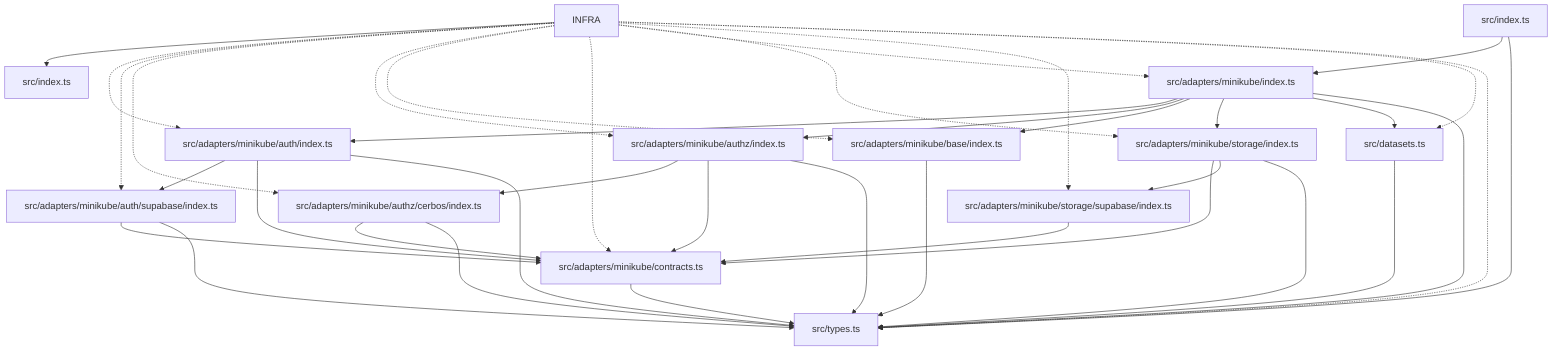
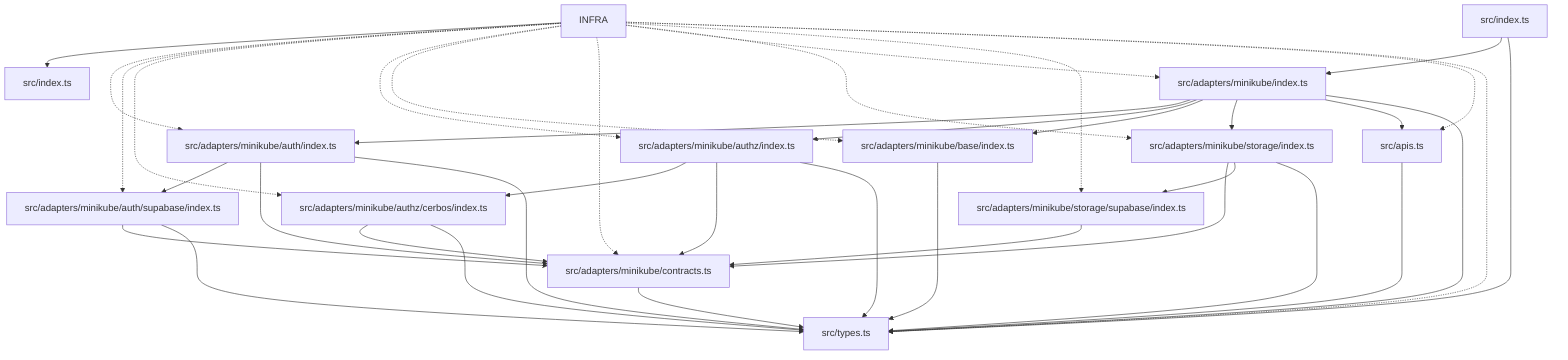
graph TD
  package__ankhorage_infra["INFRA"]
  entrypoint_src_index_ts["src/index.ts"]
  package__ankhorage_infra --> entrypoint_src_index_ts
  module_src_adapters_minikube_auth_index_ts["src/adapters/minikube/auth/index.ts"]
  package__ankhorage_infra -.-> module_src_adapters_minikube_auth_index_ts
  module_src_adapters_minikube_auth_index_ts --> module_src_adapters_minikube_auth_supabase_index_ts
  module_src_adapters_minikube_auth_index_ts --> module_src_adapters_minikube_contracts_ts
  module_src_adapters_minikube_auth_index_ts --> module_src_types_ts
  module_src_adapters_minikube_auth_supabase_index_ts["src/adapters/minikube/auth/supabase/index.ts"]
  package__ankhorage_infra -.-> module_src_adapters_minikube_auth_supabase_index_ts
  module_src_adapters_minikube_auth_supabase_index_ts --> module_src_adapters_minikube_contracts_ts
  module_src_adapters_minikube_auth_supabase_index_ts --> module_src_types_ts
  module_src_adapters_minikube_authz_cerbos_index_ts["src/adapters/minikube/authz/cerbos/index.ts"]
  package__ankhorage_infra -.-> module_src_adapters_minikube_authz_cerbos_index_ts
  module_src_adapters_minikube_authz_cerbos_index_ts --> module_src_adapters_minikube_contracts_ts
  module_src_adapters_minikube_authz_cerbos_index_ts --> module_src_types_ts
  module_src_adapters_minikube_authz_index_ts["src/adapters/minikube/authz/index.ts"]
  package__ankhorage_infra -.-> module_src_adapters_minikube_authz_index_ts
  module_src_adapters_minikube_authz_index_ts --> module_src_adapters_minikube_authz_cerbos_index_ts
  module_src_adapters_minikube_authz_index_ts --> module_src_adapters_minikube_contracts_ts
  module_src_adapters_minikube_authz_index_ts --> module_src_types_ts
  module_src_adapters_minikube_base_index_ts["src/adapters/minikube/base/index.ts"]
  package__ankhorage_infra -.-> module_src_adapters_minikube_base_index_ts
  module_src_adapters_minikube_base_index_ts --> module_src_types_ts
  module_src_adapters_minikube_contracts_ts["src/adapters/minikube/contracts.ts"]
  package__ankhorage_infra -.-> module_src_adapters_minikube_contracts_ts
  module_src_adapters_minikube_contracts_ts --> module_src_types_ts
  module_src_adapters_minikube_index_ts["src/adapters/minikube/index.ts"]
  package__ankhorage_infra -.-> module_src_adapters_minikube_index_ts
  module_src_adapters_minikube_index_ts --> module_src_adapters_minikube_auth_index_ts
  module_src_adapters_minikube_index_ts --> module_src_adapters_minikube_authz_index_ts
  module_src_adapters_minikube_index_ts --> module_src_adapters_minikube_base_index_ts
  module_src_adapters_minikube_index_ts --> module_src_adapters_minikube_storage_index_ts
-   module_src_adapters_minikube_index_ts --> module_src_datasets_ts
+   module_src_adapters_minikube_index_ts --> module_src_apis_ts
  module_src_adapters_minikube_index_ts --> module_src_types_ts
  module_src_adapters_minikube_storage_index_ts["src/adapters/minikube/storage/index.ts"]
  package__ankhorage_infra -.-> module_src_adapters_minikube_storage_index_ts
  module_src_adapters_minikube_storage_index_ts --> module_src_adapters_minikube_contracts_ts
  module_src_adapters_minikube_storage_index_ts --> module_src_adapters_minikube_storage_supabase_index_ts
  module_src_adapters_minikube_storage_index_ts --> module_src_types_ts
  module_src_adapters_minikube_storage_supabase_index_ts["src/adapters/minikube/storage/supabase/index.ts"]
  package__ankhorage_infra -.-> module_src_adapters_minikube_storage_supabase_index_ts
  module_src_adapters_minikube_storage_supabase_index_ts --> module_src_adapters_minikube_contracts_ts
-   module_src_datasets_ts["src/datasets.ts"]
-   package__ankhorage_infra -.-> module_src_datasets_ts
-   module_src_datasets_ts --> module_src_types_ts
+   module_src_apis_ts["src/apis.ts"]
+   package__ankhorage_infra -.-> module_src_apis_ts
+   module_src_apis_ts --> module_src_types_ts
  module_src_index_ts["src/index.ts"]
  module_src_index_ts --> module_src_adapters_minikube_index_ts
  module_src_index_ts --> module_src_types_ts
  module_src_types_ts["src/types.ts"]
  package__ankhorage_infra -.-> module_src_types_ts
